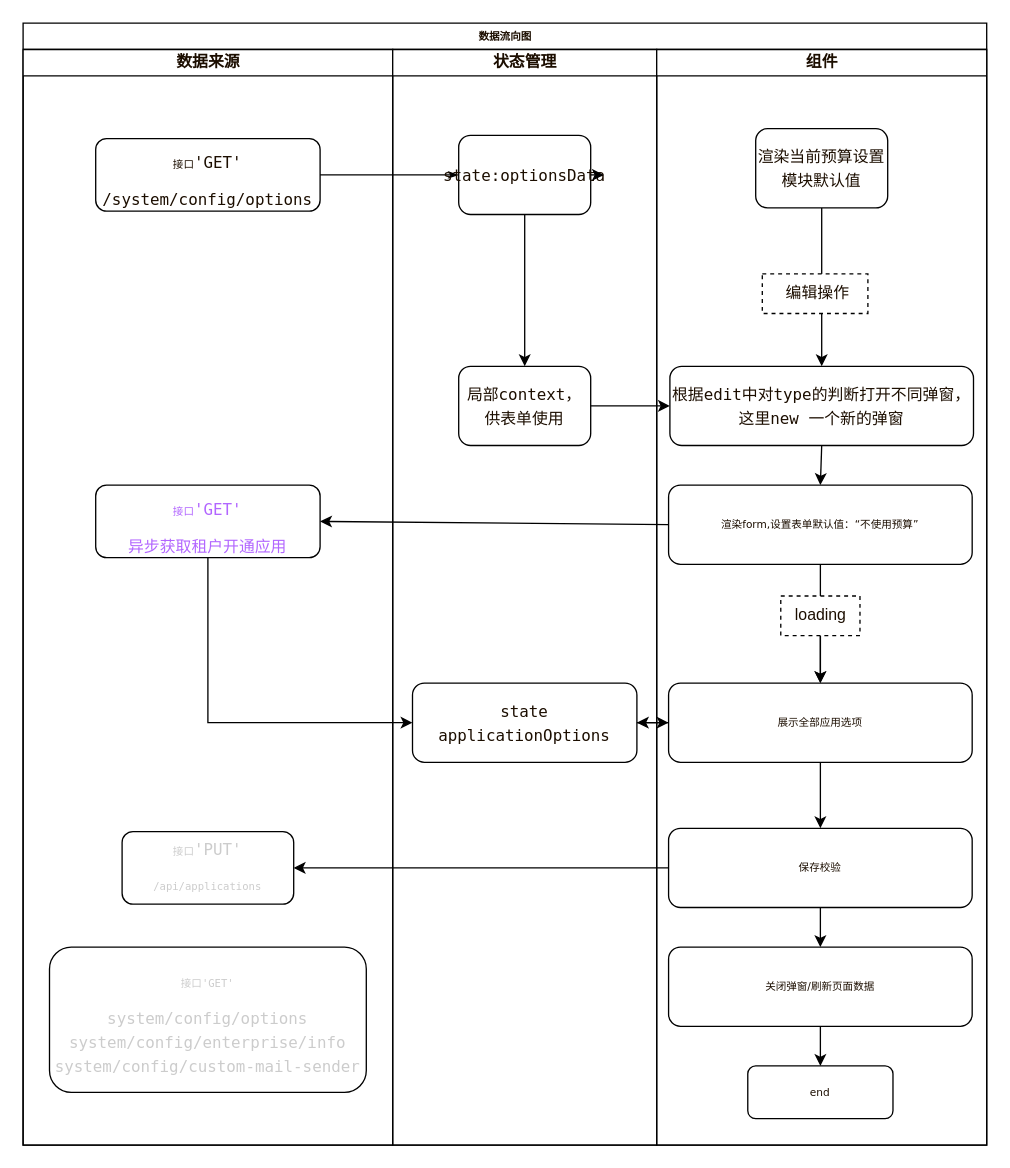
The draw.io diagram j/预算系统设置.drawio in littlelady2015/yctea, before the edit. Source tidied: cells renumbered, new cells numbered last; positions are measured from the earlier drawing's top-left corner, leaving out a move shared by most shapes. Both pictures are drawn from the tidied source at 132%, with x=0, y=0 at pixel (22, 22).
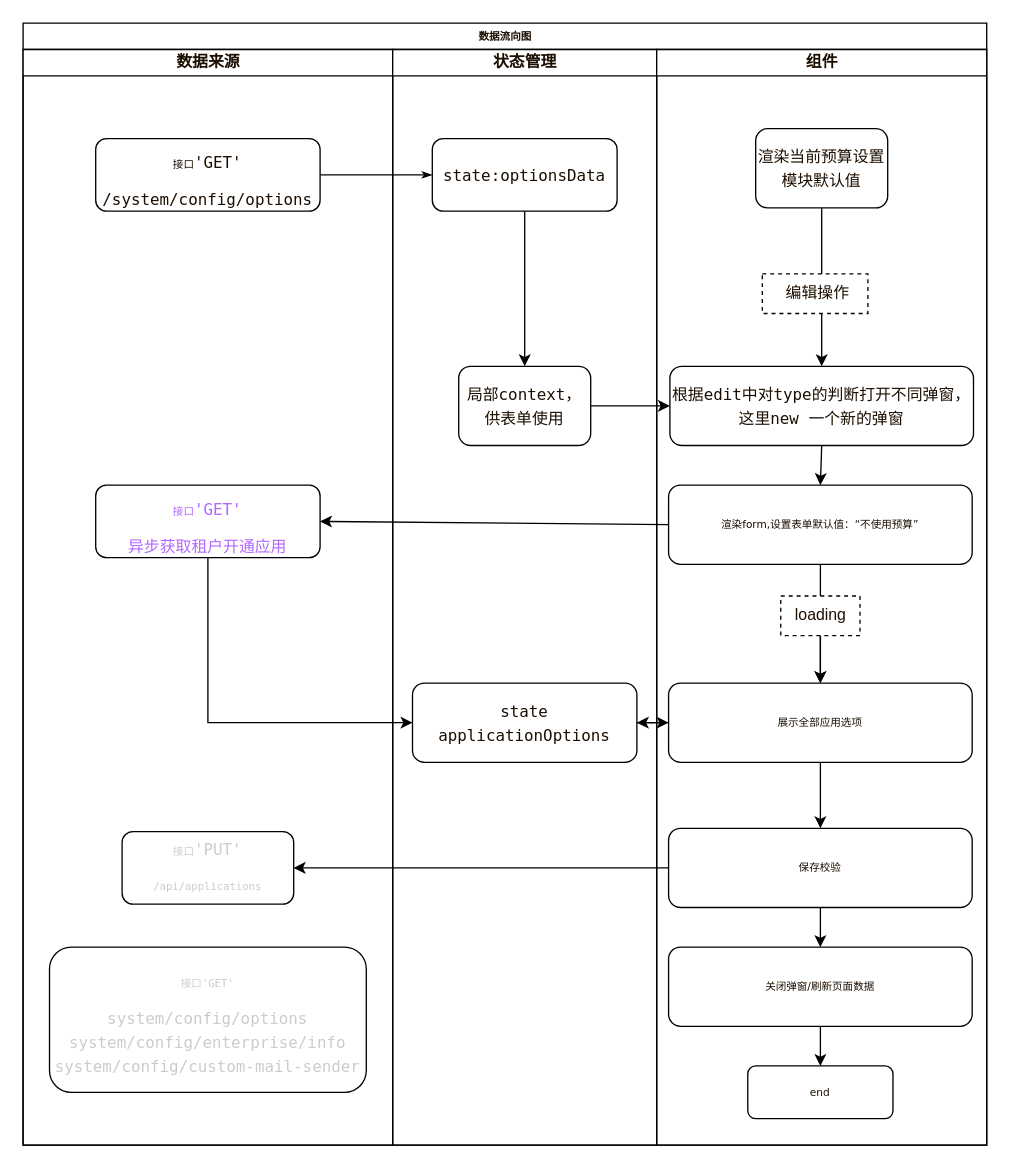
Above is the later version.

Commit message:
更新预算系统设置.drawio

Unchanged cells that the change refers to:
```xml
<mxCell id="2" value="数据流向图" style="swimlane;html=1;startSize=20;rounded=0;shadow=0;labelBackgroundColor=none;strokeWidth=1;fontFamily=Verdana;fontSize=8;align=center;fontColor=#1C0E00;" parent="1" vertex="1">
  <mxGeometry width="730" height="850" as="geometry" />
</mxCell>
<mxCell id="9" value="状态管理" style="swimlane;html=1;startSize=20;fontColor=#1C0E00;labelBackgroundColor=none;" parent="2" vertex="1">
  <mxGeometry x="280" y="20" width="200" height="830" as="geometry" />
</mxCell>
```

What changed in the source:
```diff
@@
     <mxCell id="10" value="&lt;div style=&quot;font-family: Menlo, Monaco, &amp;quot;Courier New&amp;quot;, monospace; font-size: 12px; line-height: 18px;&quot;&gt;state:optionsData&lt;/div&gt;" style="rounded=1;whiteSpace=wrap;html=1;shadow=0;labelBackgroundColor=none;strokeWidth=1;fontFamily=Verdana;fontSize=8;align=center;fontColor=#1C0E00;" parent="9" vertex="1">
-      <mxGeometry x="50" y="65" width="100" height="60" as="geometry" />
+      <mxGeometry x="30" y="67.5" width="140" height="55" as="geometry" />
     </mxCell>
@@
-    <mxCell id="14" style="endArrow=classic;html=1;rounded=0;fontFamily=Helvetica;fontColor=#1C0E00;jumpSize=0;exitX=1;exitY=0.5;exitDx=0;exitDy=0;labelBackgroundColor=none;" parent="2" edge="1" source="10">
-      <mxGeometry relative="1" as="geometry">
-        <mxPoint x="440" y="115" as="targetPoint" />
-        <Array as="points">
-          <mxPoint x="440" y="115" />
-        </Array>
-      </mxGeometry>
-    </mxCell>
```
